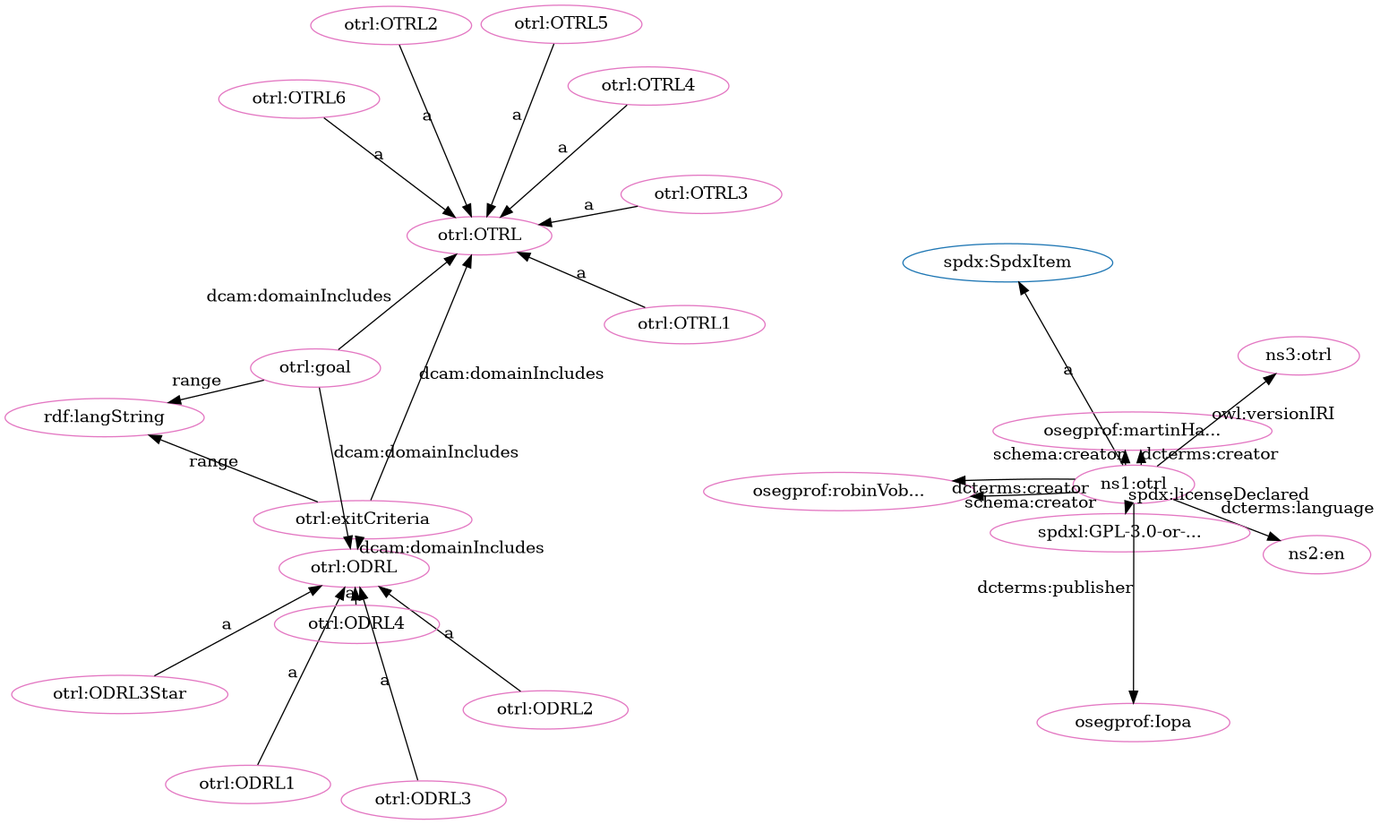
The Graphviz diagram src/spec/fdp_otrl-clean.png in iop-alliance/OpenKnowHow, before a commit. Its source is kept beside it as src/spec/fdp_otrl-clean.dot.
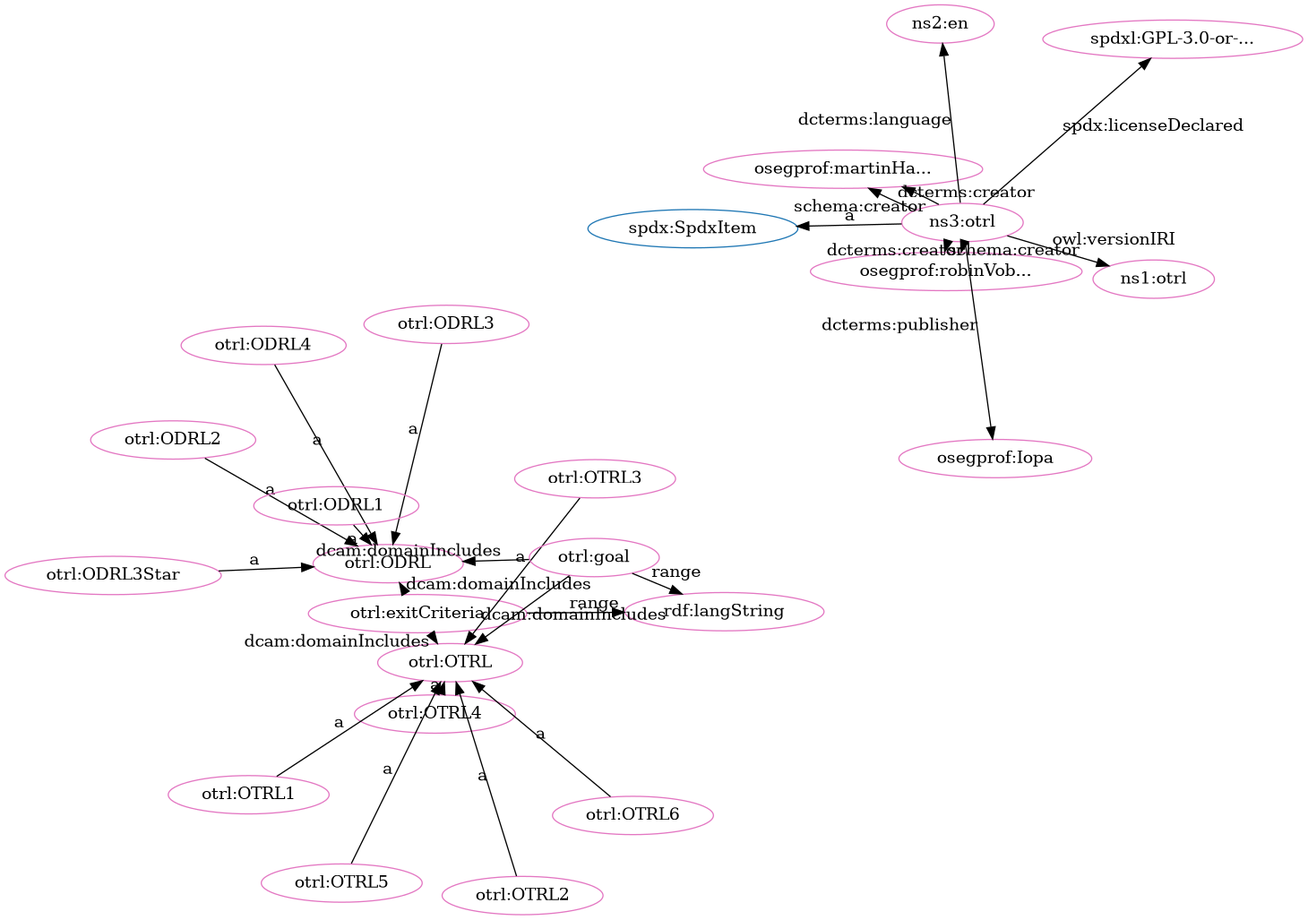
The same file after the commit.

The edit, as a diff of the source:
```diff
@@ -2,55 +2,55 @@
   rankdir=BT
   node[height=.3]
 "http://w3id.org/oseg/ont/otrl#ODRL" [fillcolor="#1f77b4" color="#1f77b4" label="otrl:ODRL"]
+"http://w3id.org/oseg/ont/otrl#OTRL" [fillcolor="#1f77b4" color="#1f77b4" label="otrl:OTRL"]
 "http://spdx.org/rdf/terms#SpdxItem" [fillcolor="#1f77b4" color="#1f77b4" label="spdx:SpdxItem"]
-"http://w3id.org/oseg/ont/otrl#OTRL" [fillcolor="#1f77b4" color="#1f77b4" label="otrl:OTRL"]
-"http://w3id.org/oseg/ont/otrl#OTRL" [fillcolor="#e377c2" color="#e377c2" label="otrl:OTRL"]
-"http://w3id.org/oseg/ont/otrl#ODRL1" [fillcolor="#e377c2" color="#e377c2" label="otrl:ODRL1"]
-"http://w3id.org/oseg/ont/otrl" [fillcolor="#e377c2" color="#e377c2" label="ns1:otrl"]
-"http://id.loc.gov/vocabulary/iso639-1/en" [fillcolor="#e377c2" color="#e377c2" label="ns2:en"]
-"http://w3id.org/oseg/ont/otrl#OTRL6" [fillcolor="#e377c2" color="#e377c2" label="otrl:OTRL6"]
+"http://w3id.org/oseg/ont/1.1.0/otrl" [fillcolor="#e377c2" color="#e377c2" label="ns1:otrl"]
+"http://w3id.org/oseg/ont/oseg-profiles#Iopa" [fillcolor="#e377c2" color="#e377c2" label="osegprof:Iopa"]
+"http://w3id.org/oseg/ont/otrl#OTRL4" [fillcolor="#e377c2" color="#e377c2" label="otrl:OTRL4"]
+"http://w3id.org/oseg/ont/otrl#ODRL2" [fillcolor="#e377c2" color="#e377c2" label="otrl:ODRL2"]
 "http://w3id.org/oseg/ont/oseg-profiles#martinHaeuer" [fillcolor="#e377c2" color="#e377c2" label="osegprof:martinHa..."]
 "http://w3id.org/oseg/ont/otrl#ODRL" [fillcolor="#e377c2" color="#e377c2" label="otrl:ODRL"]
+"http://w3id.org/oseg/ont/otrl#OTRL6" [fillcolor="#e377c2" color="#e377c2" label="otrl:OTRL6"]
+"http://w3id.org/oseg/ont/otrl#exitCriteria" [fillcolor="#e377c2" color="#e377c2" label="otrl:exitCriteria"]
+"http://w3id.org/oseg/ont/otrl#OTRL5" [fillcolor="#e377c2" color="#e377c2" label="otrl:OTRL5"]
+"http://w3id.org/oseg/ont/otrl#OTRL2" [fillcolor="#e377c2" color="#e377c2" label="otrl:OTRL2"]
+"http://spdx.org/licenses/GPL-3.0-or-later" [fillcolor="#e377c2" color="#e377c2" label="spdxl:GPL-3.0-or-..."]
+"http://w3id.org/oseg/ont/otrl#OTRL" [fillcolor="#e377c2" color="#e377c2" label="otrl:OTRL"]
+"http://w3id.org/oseg/ont/otrl#ODRL3Star" [fillcolor="#e377c2" color="#e377c2" label="otrl:ODRL3Star"]
+"http://id.loc.gov/vocabulary/iso639-1/en" [fillcolor="#e377c2" color="#e377c2" label="ns2:en"]
 "http://www.w3.org/1999/02/22-rdf-syntax-ns#langString" [fillcolor="#e377c2" color="#e377c2" label="rdf:langString"]
+"http://w3id.org/oseg/ont/otrl#OTRL1" [fillcolor="#e377c2" color="#e377c2" label="otrl:OTRL1"]
+"http://w3id.org/oseg/ont/otrl#ODRL4" [fillcolor="#e377c2" color="#e377c2" label="otrl:ODRL4"]
+"http://w3id.org/oseg/ont/otrl#ODRL3" [fillcolor="#e377c2" color="#e377c2" label="otrl:ODRL3"]
+"http://w3id.org/oseg/ont/otrl#ODRL1" [fillcolor="#e377c2" color="#e377c2" label="otrl:ODRL1"]
+"http://w3id.org/oseg/ont/otrl#OTRL3" [fillcolor="#e377c2" color="#e377c2" label="otrl:OTRL3"]
+"http://w3id.org/oseg/ont/otrl#goal" [fillcolor="#e377c2" color="#e377c2" label="otrl:goal"]
 "http://w3id.org/oseg/ont/oseg-profiles#robinVobruba" [fillcolor="#e377c2" color="#e377c2" label="osegprof:robinVob..."]
-"http://w3id.org/oseg/ont/otrl#OTRL2" [fillcolor="#e377c2" color="#e377c2" label="otrl:OTRL2"]
-"http://w3id.org/oseg/ont/otrl#exitCriteria" [fillcolor="#e377c2" color="#e377c2" label="otrl:exitCriteria"]
-"http://w3id.org/oseg/ont/otrl#ODRL2" [fillcolor="#e377c2" color="#e377c2" label="otrl:ODRL2"]
-"http://w3id.org/oseg/ont/1.1.0/otrl" [fillcolor="#e377c2" color="#e377c2" label="ns3:otrl"]
-"http://w3id.org/oseg/ont/otrl#OTRL1" [fillcolor="#e377c2" color="#e377c2" label="otrl:OTRL1"]
-"http://w3id.org/oseg/ont/otrl#OTRL3" [fillcolor="#e377c2" color="#e377c2" label="otrl:OTRL3"]
-"http://w3id.org/oseg/ont/otrl#ODRL4" [fillcolor="#e377c2" color="#e377c2" label="otrl:ODRL4"]
-"http://spdx.org/licenses/GPL-3.0-or-later" [fillcolor="#e377c2" color="#e377c2" label="spdxl:GPL-3.0-or-..."]
-"http://w3id.org/oseg/ont/otrl#ODRL3Star" [fillcolor="#e377c2" color="#e377c2" label="otrl:ODRL3Star"]
-"http://w3id.org/oseg/ont/otrl#ODRL3" [fillcolor="#e377c2" color="#e377c2" label="otrl:ODRL3"]
-"http://w3id.org/oseg/ont/otrl#goal" [fillcolor="#e377c2" color="#e377c2" label="otrl:goal"]
-"http://w3id.org/oseg/ont/otrl#OTRL4" [fillcolor="#e377c2" color="#e377c2" label="otrl:OTRL4"]
-"http://w3id.org/oseg/ont/otrl#OTRL5" [fillcolor="#e377c2" color="#e377c2" label="otrl:OTRL5"]
-"http://w3id.org/oseg/ont/oseg-profiles#Iopa" [fillcolor="#e377c2" color="#e377c2" label="osegprof:Iopa"]
+"http://w3id.org/oseg/ont/otrl" [fillcolor="#e377c2" color="#e377c2" label="ns3:otrl"]
+  "http://w3id.org/oseg/ont/otrl" -> "http://w3id.org/oseg/ont/oseg-profiles#Iopa" [label="dcterms:publisher"]
+  "http://w3id.org/oseg/ont/otrl#OTRL4" -> "http://w3id.org/oseg/ont/otrl#OTRL" [label="a"]
+  "http://w3id.org/oseg/ont/otrl" -> "http://w3id.org/oseg/ont/oseg-profiles#martinHaeuer" [label="dcterms:creator"]
+  "http://w3id.org/oseg/ont/otrl#OTRL5" -> "http://w3id.org/oseg/ont/otrl#OTRL" [label="a"]
+  "http://w3id.org/oseg/ont/otrl" -> "http://spdx.org/licenses/GPL-3.0-or-later" [label="spdx:licenseDeclared"]
+  "http://w3id.org/oseg/ont/otrl#ODRL3Star" -> "http://w3id.org/oseg/ont/otrl#ODRL" [label="a"]
   "http://w3id.org/oseg/ont/otrl" -> "http://id.loc.gov/vocabulary/iso639-1/en" [label="dcterms:language"]
+  "http://w3id.org/oseg/ont/otrl#exitCriteria" -> "http://www.w3.org/1999/02/22-rdf-syntax-ns#langString" [label="range"]
+  "http://w3id.org/oseg/ont/otrl#ODRL4" -> "http://w3id.org/oseg/ont/otrl#ODRL" [label="a"]
+  "http://w3id.org/oseg/ont/otrl#ODRL3" -> "http://w3id.org/oseg/ont/otrl#ODRL" [label="a"]
+  "http://w3id.org/oseg/ont/otrl#ODRL1" -> "http://w3id.org/oseg/ont/otrl#ODRL" [label="a"]
+  "http://w3id.org/oseg/ont/otrl" -> "http://w3id.org/oseg/ont/oseg-profiles#robinVobruba" [label="dcterms:creator"]
+  "http://w3id.org/oseg/ont/otrl" -> "http://w3id.org/oseg/ont/1.1.0/otrl" [label="owl:versionIRI"]
+  "http://w3id.org/oseg/ont/otrl" -> "http://w3id.org/oseg/ont/oseg-profiles#robinVobruba" [label="schema:creator"]
+  "http://w3id.org/oseg/ont/otrl#ODRL2" -> "http://w3id.org/oseg/ont/otrl#ODRL" [label="a"]
+  "http://w3id.org/oseg/ont/otrl#goal" -> "http://w3id.org/oseg/ont/otrl#ODRL" [label="dcam:domainIncludes"]
   "http://w3id.org/oseg/ont/otrl#OTRL6" -> "http://w3id.org/oseg/ont/otrl#OTRL" [label="a"]
-  "http://w3id.org/oseg/ont/otrl#exitCriteria" -> "http://www.w3.org/1999/02/22-rdf-syntax-ns#langString" [label="range"]
+  "http://w3id.org/oseg/ont/otrl" -> "http://w3id.org/oseg/ont/oseg-profiles#martinHaeuer" [label="schema:creator"]
+  "http://w3id.org/oseg/ont/otrl#OTRL2" -> "http://w3id.org/oseg/ont/otrl#OTRL" [label="a"]
   "http://w3id.org/oseg/ont/otrl#goal" -> "http://w3id.org/oseg/ont/otrl#OTRL" [label="dcam:domainIncludes"]
-  "http://w3id.org/oseg/ont/otrl#ODRL2" -> "http://w3id.org/oseg/ont/otrl#ODRL" [label="a"]
-  "http://w3id.org/oseg/ont/otrl" -> "http://w3id.org/oseg/ont/1.1.0/otrl" [label="owl:versionIRI"]
+  "http://w3id.org/oseg/ont/otrl#OTRL1" -> "http://w3id.org/oseg/ont/otrl#OTRL" [label="a"]
+  "http://w3id.org/oseg/ont/otrl#OTRL3" -> "http://w3id.org/oseg/ont/otrl#OTRL" [label="a"]
+  "http://w3id.org/oseg/ont/otrl#goal" -> "http://www.w3.org/1999/02/22-rdf-syntax-ns#langString" [label="range"]
+  "http://w3id.org/oseg/ont/otrl" -> "http://spdx.org/rdf/terms#SpdxItem" [label="a"]
   "http://w3id.org/oseg/ont/otrl#exitCriteria" -> "http://w3id.org/oseg/ont/otrl#ODRL" [label="dcam:domainIncludes"]
-  "http://w3id.org/oseg/ont/otrl#OTRL3" -> "http://w3id.org/oseg/ont/otrl#OTRL" [label="a"]
-  "http://w3id.org/oseg/ont/otrl#ODRL4" -> "http://w3id.org/oseg/ont/otrl#ODRL" [label="a"]
-  "http://w3id.org/oseg/ont/otrl#ODRL3Star" -> "http://w3id.org/oseg/ont/otrl#ODRL" [label="a"]
-  "http://w3id.org/oseg/ont/otrl" -> "http://w3id.org/oseg/ont/oseg-profiles#martinHaeuer" [label="schema:creator"]
-  "http://w3id.org/oseg/ont/otrl#OTRL4" -> "http://w3id.org/oseg/ont/otrl#OTRL" [label="a"]
-  "http://w3id.org/oseg/ont/otrl#OTRL5" -> "http://w3id.org/oseg/ont/otrl#OTRL" [label="a"]
-  "http://w3id.org/oseg/ont/otrl" -> "http://w3id.org/oseg/ont/oseg-profiles#Iopa" [label="dcterms:publisher"]
-  "http://w3id.org/oseg/ont/otrl#ODRL1" -> "http://w3id.org/oseg/ont/otrl#ODRL" [label="a"]
   "http://w3id.org/oseg/ont/otrl#exitCriteria" -> "http://w3id.org/oseg/ont/otrl#OTRL" [label="dcam:domainIncludes"]
-  "http://w3id.org/oseg/ont/otrl" -> "http://w3id.org/oseg/ont/oseg-profiles#martinHaeuer" [label="dcterms:creator"]
-  "http://w3id.org/oseg/ont/otrl#goal" -> "http://w3id.org/oseg/ont/otrl#ODRL" [label="dcam:domainIncludes"]
-  "http://w3id.org/oseg/ont/otrl" -> "http://w3id.org/oseg/ont/oseg-profiles#robinVobruba" [label="schema:creator"]
-  "http://w3id.org/oseg/ont/otrl#OTRL2" -> "http://w3id.org/oseg/ont/otrl#OTRL" [label="a"]
-  "http://w3id.org/oseg/ont/otrl" -> "http://spdx.org/rdf/terms#SpdxItem" [label="a"]
-  "http://w3id.org/oseg/ont/otrl#goal" -> "http://www.w3.org/1999/02/22-rdf-syntax-ns#langString" [label="range"]
-  "http://w3id.org/oseg/ont/otrl#OTRL1" -> "http://w3id.org/oseg/ont/otrl#OTRL" [label="a"]
-  "http://w3id.org/oseg/ont/otrl" -> "http://w3id.org/oseg/ont/oseg-profiles#robinVobruba" [label="dcterms:creator"]
-  "http://w3id.org/oseg/ont/otrl" -> "http://spdx.org/licenses/GPL-3.0-or-later" [label="spdx:licenseDeclared"]
-  "http://w3id.org/oseg/ont/otrl#ODRL3" -> "http://w3id.org/oseg/ont/otrl#ODRL" [label="a"]
 }
```
